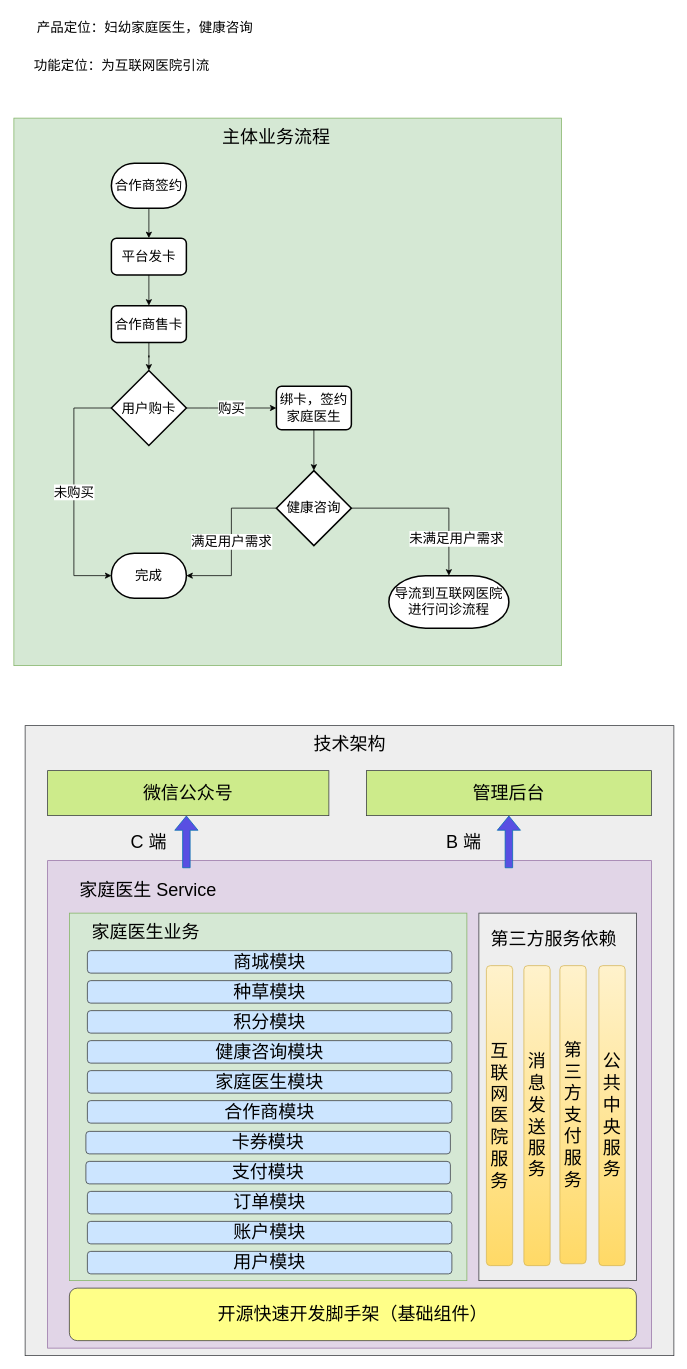
Above: jbh/家庭医生v1.drawio in GitHeP/diagrams (draw.io), before the change. Source tidied: cells renumbered, new cells numbered last; positions are measured from the earlier drawing's top-left corner, leaving out a move shared by most shapes. Both pictures are drawn from the tidied source at 75%, with x=0, y=0 at pixel (13, 13).
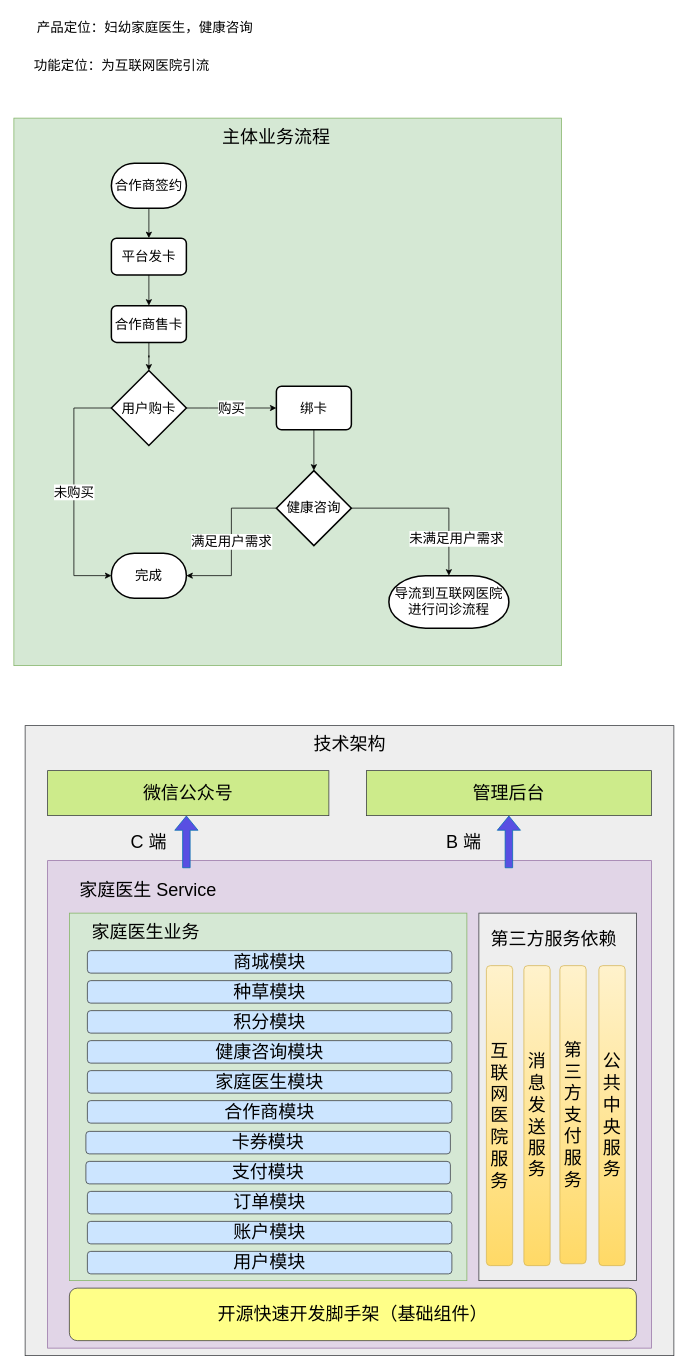
After the change.

Commit message:
更新家庭医生v1.drawio

Change to the diagram source:
```diff
@@
-    <mxCell id="18" value="绑卡，签约家庭医生" style="rounded=1;whiteSpace=wrap;html=1;absoluteArcSize=1;arcSize=14;strokeWidth=2;fontSize=18;" parent="1" vertex="1">
+    <mxCell id="18" value="绑卡" style="rounded=1;whiteSpace=wrap;html=1;absoluteArcSize=1;arcSize=14;strokeWidth=2;fontSize=18;" parent="1" vertex="1">
       <mxGeometry x="351" y="497.5" width="100" height="58" as="geometry" />
     </mxCell>
```
